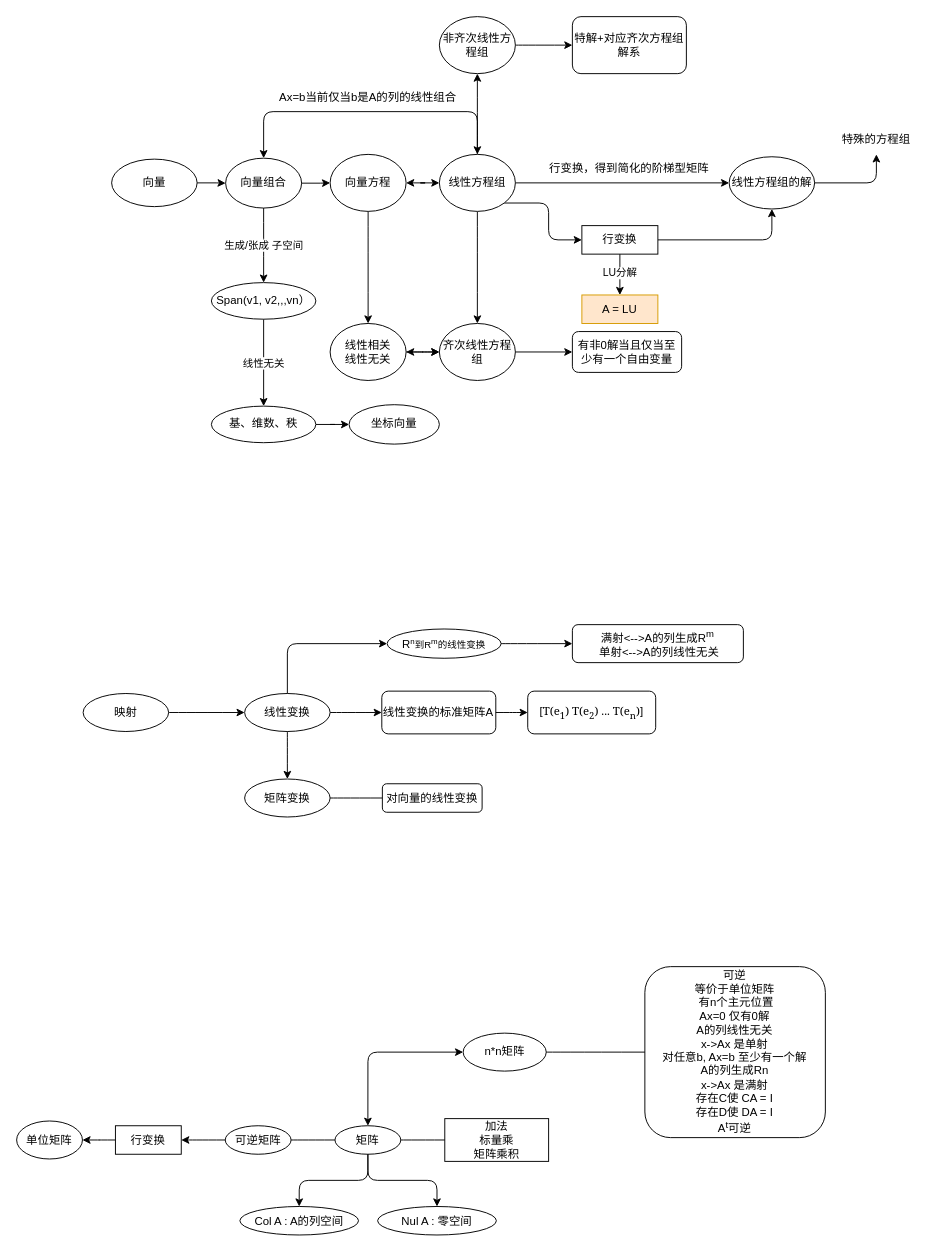
Earlier version of the draw.io diagram 线性代数.drawio (haithink/diagrams). Source tidied: cells renumbered, new cells numbered last; positions are measured from the earlier drawing's top-left corner, leaving out a move shared by most shapes. Both pictures are drawn from the tidied source at 95%, with x=0, y=0 at pixel (16, 16).
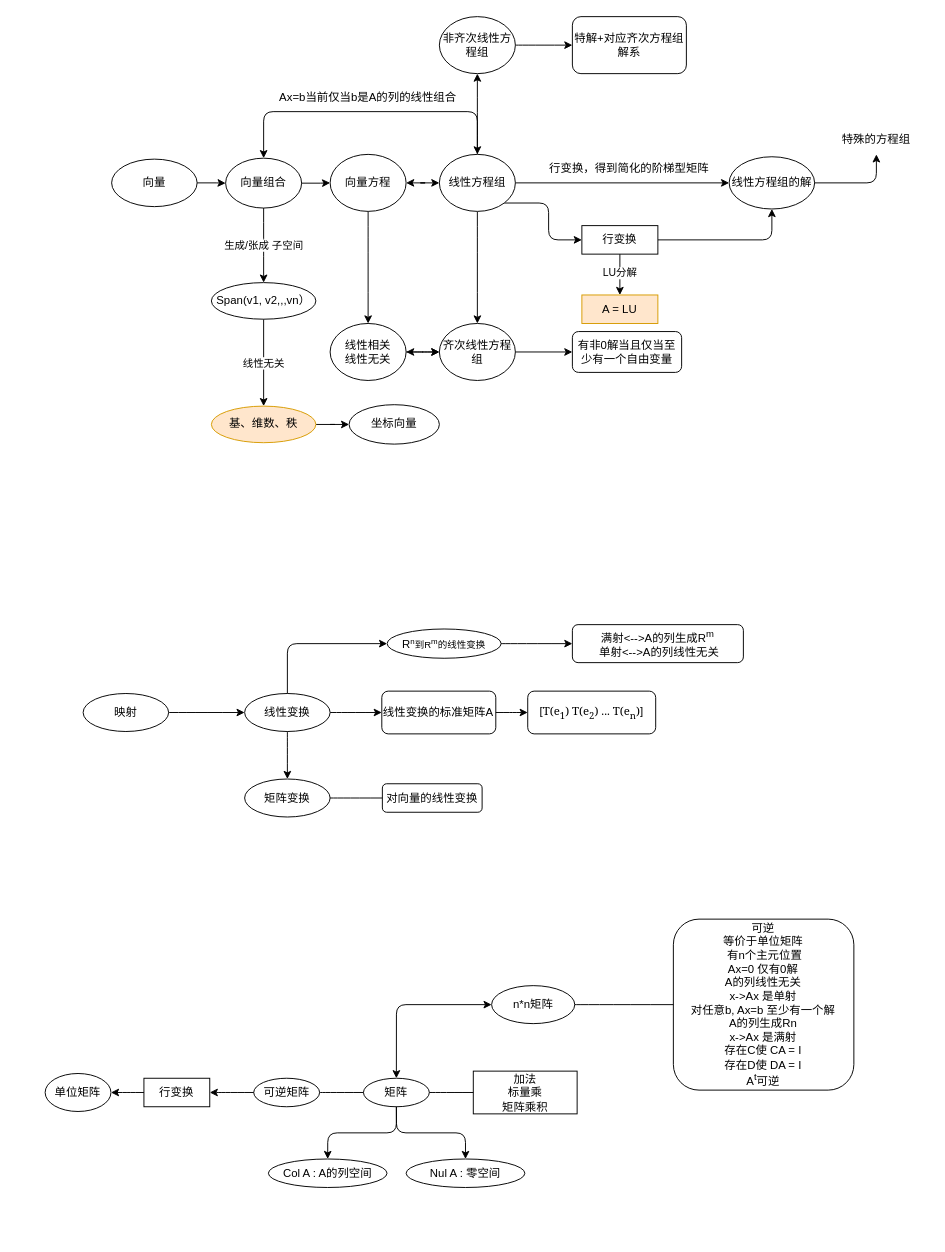
Above is the later version.

Commit message:
更新线性代数.drawio

Diff of the diagram source:
```diff
@@
     <mxCell id="54" style="group;" parent="1" vertex="1">
-      <mxGeometry y="1000" width="851.3" height="282.5" as="geometry" />
+      <mxGeometry x="30" y="950" width="851.3" height="282.5" as="geometry" />
     </mxCell>
@@
-    <mxCell id="74" value="基、维数、秩" style="ellipse;whiteSpace=wrap;html=1;" parent="1" vertex="1">
+    <mxCell id="74" value="基、维数、秩" style="ellipse;whiteSpace=wrap;html=1;fillColor=#ffe6cc;strokeColor=#d79b00;" parent="1" vertex="1">
       <mxGeometry x="205" y="410" width="110" height="38.5" as="geometry" />
     </mxCell>
```
